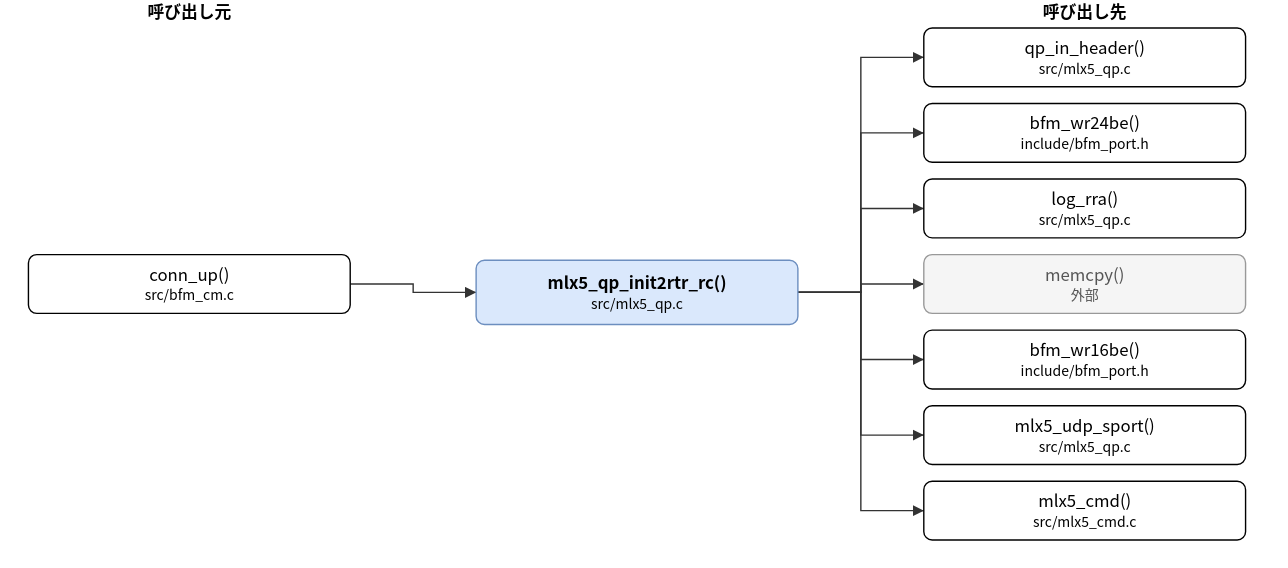
Earlier version of the draw.io export doc/spec/images/call_src_mlx5_qp-mlx5_qp_init2rtr_rc.drawio.svg (hf355051012-ai/bfmem). Source tidied: cells renumbered, new cells last; positions are measured from the earlier drawing's top-left corner, leaving out a move shared by most shapes.
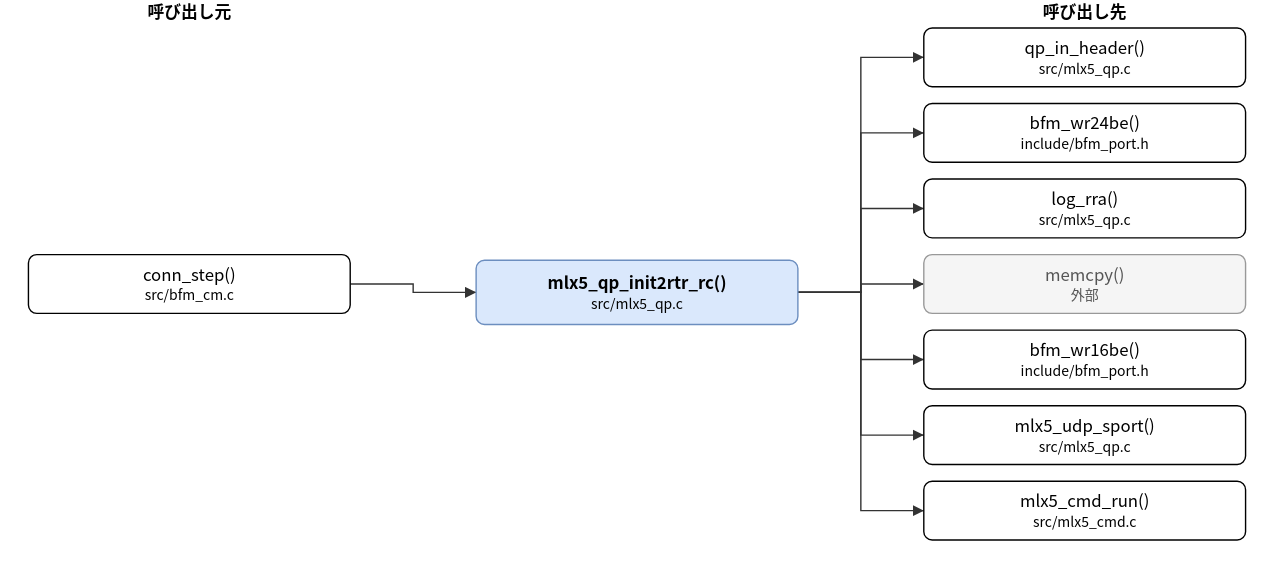
Above is the later version.

What changed in the source:
```diff
@@ -5,7 +5,7 @@
     <mxCell id="2" value="mlx5_qp_init2rtr_rc()&lt;br&gt;&lt;font style=&quot;font-size:10px&quot;&gt;src/mlx5_qp.c&lt;/font&gt;" style="rounded=1;whiteSpace=wrap;html=1;fillColor=#dae8fc;strokeColor=#6c8ebf;fontStyle=1;" parent="1" vertex="1">
       <mxGeometry x="320" y="186" width="230" height="46" as="geometry" />
     </mxCell>
-    <mxCell id="3" value="conn_up()&lt;br&gt;&lt;font style=&quot;font-size:10px&quot;&gt;src/bfm_cm.c&lt;/font&gt;" style="rounded=1;whiteSpace=wrap;html=1;" parent="1" vertex="1">
+    <mxCell id="3" value="conn_step()&lt;br&gt;&lt;font style=&quot;font-size:10px&quot;&gt;src/bfm_cm.c&lt;/font&gt;" style="rounded=1;whiteSpace=wrap;html=1;" parent="1" vertex="1">
       <mxGeometry y="182" width="230" height="42" as="geometry" />
     </mxCell>
     <mxCell id="4" value="qp_in_header()&lt;br&gt;&lt;font style=&quot;font-size:10px&quot;&gt;src/mlx5_qp.c&lt;/font&gt;" style="rounded=1;whiteSpace=wrap;html=1;" parent="1" vertex="1">
@@ -26,7 +26,7 @@
     <mxCell id="9" value="mlx5_udp_sport()&lt;br&gt;&lt;font style=&quot;font-size:10px&quot;&gt;src/mlx5_qp.c&lt;/font&gt;" style="rounded=1;whiteSpace=wrap;html=1;" parent="1" vertex="1">
       <mxGeometry x="640" y="290" width="230" height="42" as="geometry" />
     </mxCell>
-    <mxCell id="10" value="mlx5_cmd()&lt;br&gt;&lt;font style=&quot;font-size:10px&quot;&gt;src/mlx5_cmd.c&lt;/font&gt;" style="rounded=1;whiteSpace=wrap;html=1;" parent="1" vertex="1">
+    <mxCell id="10" value="mlx5_cmd_run()&lt;br&gt;&lt;font style=&quot;font-size:10px&quot;&gt;src/mlx5_cmd.c&lt;/font&gt;" style="rounded=1;whiteSpace=wrap;html=1;" parent="1" vertex="1">
       <mxGeometry x="640" y="344" width="230" height="42" as="geometry" />
     </mxCell>
     <mxCell id="11" style="edgeStyle=none;html=1;rounded=0;endArrow=block;endFill=1;exitX=1.0000;exitY=0.5000;exitDx=0;exitDy=0;exitPerimeter=0;entryX=0.0000;entryY=0.5000;entryDx=0;entryDy=0;entryPerimeter=0;" parent="1" edge="1" source="3" target="2">
```
